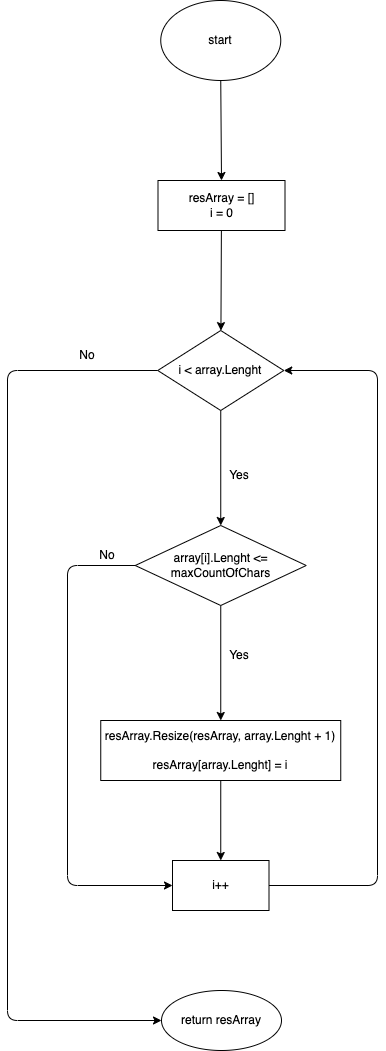
The draw.io diagram flowchart.drawio.png in npokhodnya/testGB_Developer, before a commit. Source tidied: cells renumbered, new cells last; positions are measured from the earlier drawing's top-left corner, leaving out a move shared by most shapes.
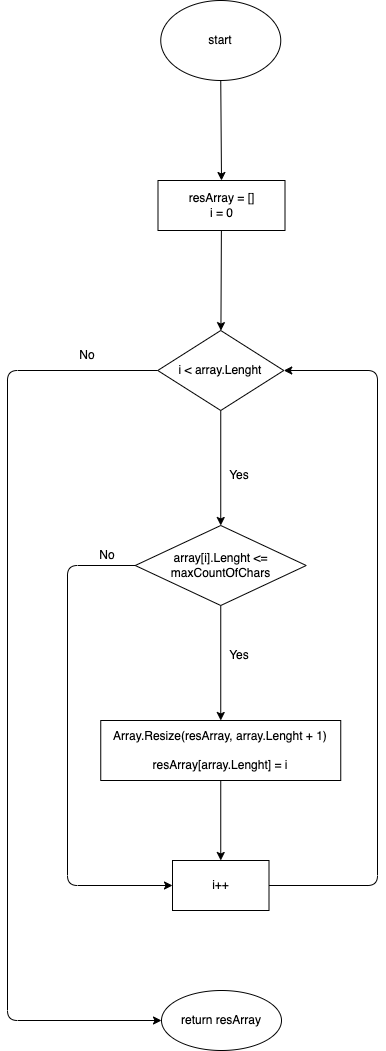
After the change.

Diff of the diagram source:
```diff
@@ -42,7 +42,7 @@
     <mxCell id="11" style="edgeStyle=none;html=1;" parent="1" edge="1" source="12" target="14">
       <mxGeometry relative="1" as="geometry" />
     </mxCell>
-    <mxCell id="12" value="resArray.Resize(resArray, array.Lenght + 1)&lt;br&gt;&lt;br&gt;resArray[array.Lenght] = i" style="whiteSpace=wrap;html=1;" parent="1" vertex="1">
+    <mxCell id="12" value="Array.Resize(resArray, array.Lenght + 1)&lt;br&gt;&lt;br&gt;resArray[array.Lenght] = i" style="whiteSpace=wrap;html=1;" parent="1" vertex="1">
       <mxGeometry x="93.2" y="720" width="240" height="60" as="geometry" />
     </mxCell>
     <mxCell id="13" style="edgeStyle=none;html=1;exitX=1;exitY=0.5;exitDx=0;exitDy=0;entryX=1;entryY=0.5;entryDx=0;entryDy=0;" parent="1" edge="1" source="14" target="6">
```
